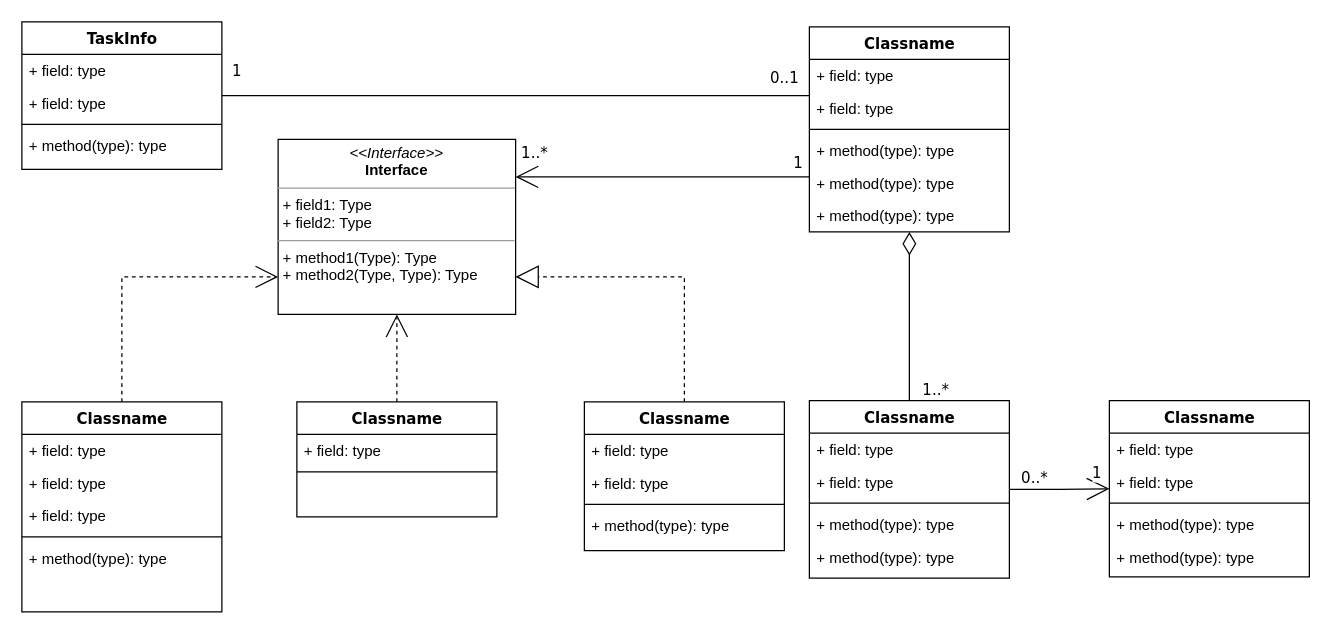
Before: Untitled Diagram.drawio in FYamaev/draw.io, a draw.io diagram. Source tidied: cells renumbered, new cells numbered last; positions are measured from the earlier drawing's top-left corner, leaving out a move shared by most shapes. Both pictures are drawn from the tidied source at 125%, with x=0, y=0 at pixel (21, 21).
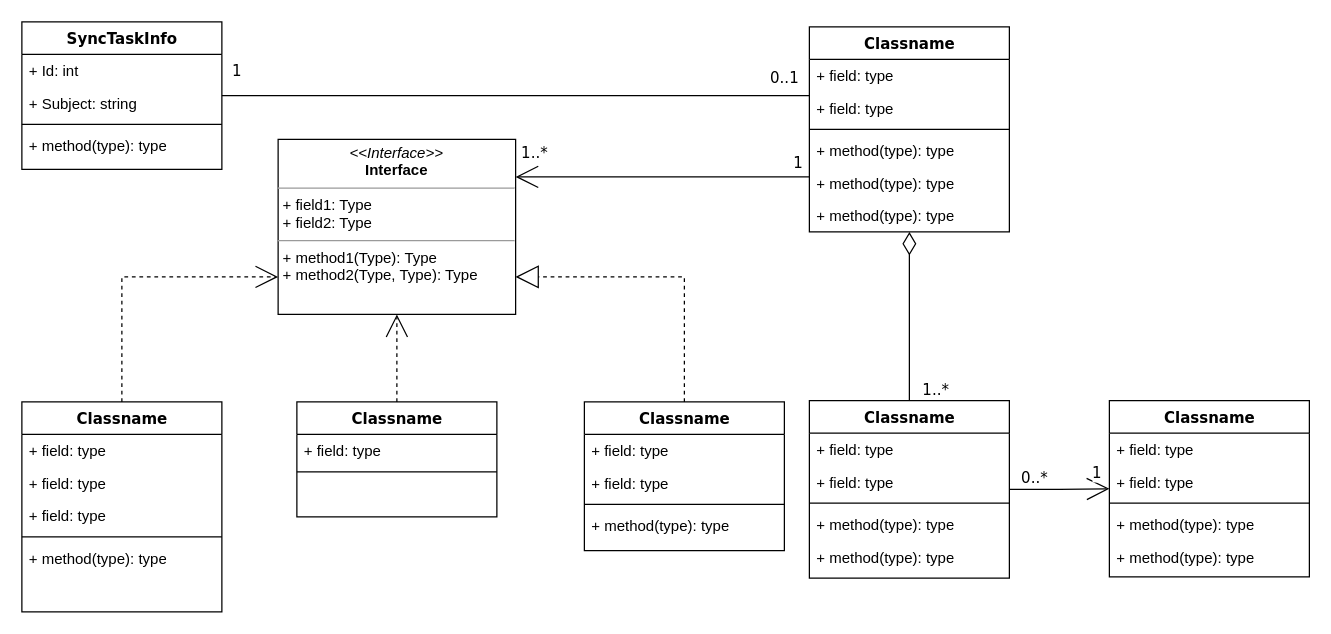
The same page after the edit.

Commit message:
Add properties to the SyncTaskInfo class

The edit, as a diff of the source:
```diff
@@
-    <mxCell id="9" value="TaskInfo" style="swimlane;html=1;fontStyle=1;align=center;verticalAlign=top;horizontal=1;startSize=26;swimlaneFillColor=#ffffff;rounded=0;shadow=0;comic=0;labelBackgroundColor=none;strokeWidth=1;fillColor=none;fontFamily=Verdana;fontSize=12;" parent="1" vertex="1">
+    <mxCell id="9" value="SyncTaskInfo" style="swimlane;html=1;fontStyle=1;align=center;verticalAlign=top;horizontal=1;startSize=26;swimlaneFillColor=#ffffff;rounded=0;shadow=0;comic=0;labelBackgroundColor=none;strokeWidth=1;fillColor=none;fontFamily=Verdana;fontSize=12;" parent="1" vertex="1">
       <mxGeometry width="160" height="118" as="geometry" />
     </mxCell>
-    <mxCell id="10" value="+ field: type" style="text;html=1;strokeColor=none;fillColor=none;align=left;verticalAlign=top;spacingLeft=4;spacingRight=4;whiteSpace=wrap;overflow=hidden;" parent="9" vertex="1">
+    <mxCell id="10" value="+ Id: int" style="text;html=1;strokeColor=none;fillColor=none;align=left;verticalAlign=top;spacingLeft=4;spacingRight=4;whiteSpace=wrap;overflow=hidden;" parent="9" vertex="1">
       <mxGeometry y="26" width="160" height="26" as="geometry" />
     </mxCell>
-    <mxCell id="11" value="+ field: type" style="text;html=1;strokeColor=none;fillColor=none;align=left;verticalAlign=top;spacingLeft=4;spacingRight=4;whiteSpace=wrap;overflow=hidden;" parent="9" vertex="1">
+    <mxCell id="11" value="+ Subject: string" style="text;html=1;strokeColor=none;fillColor=none;align=left;verticalAlign=top;spacingLeft=4;spacingRight=4;whiteSpace=wrap;overflow=hidden;" parent="9" vertex="1">
       <mxGeometry y="52" width="160" height="26" as="geometry" />
     </mxCell>
```
